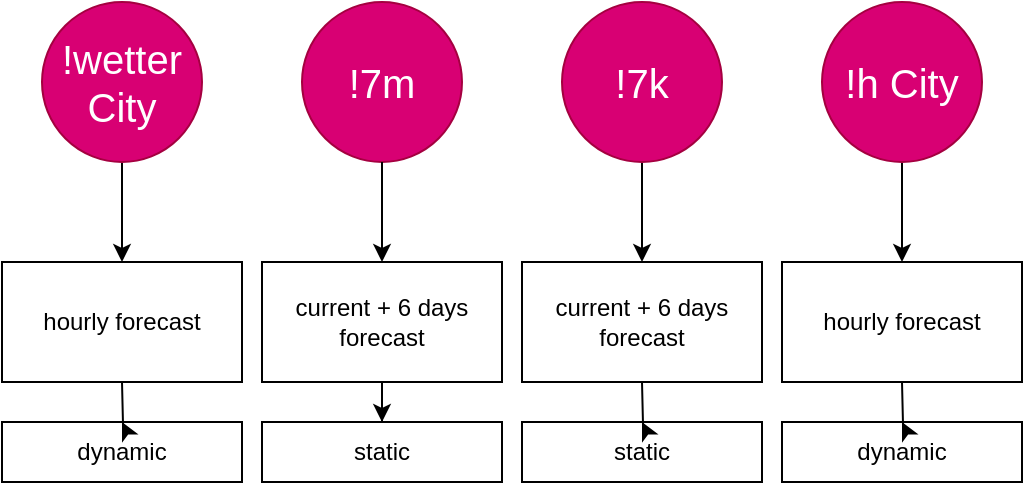
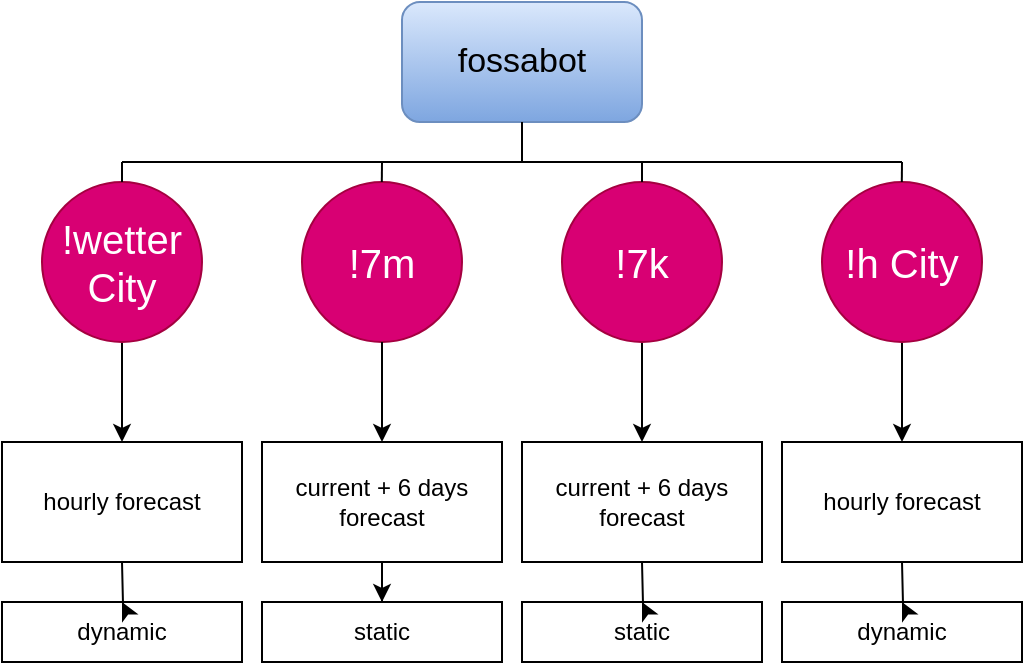
<mxfile host="app.diagrams.net">
  <diagram name="Page-1" id="9VzqXHfPhy3sf3baI-xB">
-     <mxGraphModel dx="692" dy="637" grid="1" gridSize="10" guides="1" tooltips="1" connect="1" arrows="1" fold="1" page="1" pageScale="1" pageWidth="850" pageHeight="1100" math="0" shadow="0">
+     <mxGraphModel dx="667" dy="614" grid="1" gridSize="10" guides="1" tooltips="1" connect="1" arrows="1" fold="1" page="1" pageScale="1" pageWidth="850" pageHeight="1100" math="0" shadow="0">
      <root>
        <mxCell id="0" />
        <mxCell id="1" parent="0" />
        <mxCell id="s_UMoqTU6THQ3Am6J6Qj-11" connectable="0" parent="1" style="group" value="" vertex="1">
          <mxGeometry height="190" width="120" x="540" y="350" as="geometry" />
        </mxCell>
        <mxCell id="s_UMoqTU6THQ3Am6J6Qj-9" edge="1" parent="s_UMoqTU6THQ3Am6J6Qj-11" source="s_UMoqTU6THQ3Am6J6Qj-7" style="edgeStyle=orthogonalEdgeStyle;rounded=0;orthogonalLoop=1;jettySize=auto;html=1;" value="">
          <mxGeometry relative="1" as="geometry">
            <mxPoint x="60" y="130" as="targetPoint" />
          </mxGeometry>
        </mxCell>
        <mxCell id="s_UMoqTU6THQ3Am6J6Qj-7" parent="s_UMoqTU6THQ3Am6J6Qj-11" style="ellipse;whiteSpace=wrap;html=1;aspect=fixed;fillColor=#d80073;fontColor=#ffffff;strokeColor=#A50040;" value="&lt;font style=&quot;font-size: 20px;&quot;&gt;!7k&lt;/font&gt;" vertex="1">
          <mxGeometry height="80" width="80" x="20" as="geometry" />
        </mxCell>
        <mxCell id="s_UMoqTU6THQ3Am6J6Qj-10" parent="s_UMoqTU6THQ3Am6J6Qj-11" style="rounded=0;whiteSpace=wrap;html=1;" value="current + 6 days forecast" vertex="1">
          <mxGeometry height="60" width="120" y="130" as="geometry" />
        </mxCell>
        <mxCell id="s_UMoqTU6THQ3Am6J6Qj-13" connectable="0" parent="1" style="group" value="" vertex="1">
          <mxGeometry height="190" width="120" x="410" y="350" as="geometry" />
        </mxCell>
        <mxCell id="s_UMoqTU6THQ3Am6J6Qj-2" parent="s_UMoqTU6THQ3Am6J6Qj-13" style="rounded=0;whiteSpace=wrap;html=1;" value="current + 6 days forecast" vertex="1">
          <mxGeometry height="60" width="120" y="130" as="geometry" />
        </mxCell>
        <mxCell id="s_UMoqTU6THQ3Am6J6Qj-12" connectable="0" parent="s_UMoqTU6THQ3Am6J6Qj-13" style="group" value="" vertex="1">
          <mxGeometry height="80" width="80" x="20" as="geometry" />
        </mxCell>
        <mxCell id="s_UMoqTU6THQ3Am6J6Qj-1" parent="s_UMoqTU6THQ3Am6J6Qj-12" style="ellipse;whiteSpace=wrap;html=1;aspect=fixed;fillColor=#d80073;fontColor=#ffffff;strokeColor=#A50040;" value="&lt;font style=&quot;font-size: 20px;&quot;&gt;!7m&lt;/font&gt;" vertex="1">
          <mxGeometry height="80" width="80" as="geometry" />
        </mxCell>
        <mxCell id="s_UMoqTU6THQ3Am6J6Qj-6" edge="1" parent="s_UMoqTU6THQ3Am6J6Qj-13" source="s_UMoqTU6THQ3Am6J6Qj-1" style="edgeStyle=orthogonalEdgeStyle;rounded=0;orthogonalLoop=1;jettySize=auto;html=1;" target="s_UMoqTU6THQ3Am6J6Qj-2" value="">
          <mxGeometry relative="1" as="geometry" />
        </mxCell>
        <mxCell id="s_UMoqTU6THQ3Am6J6Qj-14" connectable="0" parent="1" style="group" value="" vertex="1">
          <mxGeometry height="190" width="120" x="670" y="350" as="geometry" />
        </mxCell>
        <mxCell id="s_UMoqTU6THQ3Am6J6Qj-15" edge="1" parent="s_UMoqTU6THQ3Am6J6Qj-14" source="s_UMoqTU6THQ3Am6J6Qj-16" style="edgeStyle=orthogonalEdgeStyle;rounded=0;orthogonalLoop=1;jettySize=auto;html=1;" value="">
          <mxGeometry relative="1" as="geometry">
            <mxPoint x="60" y="130" as="targetPoint" />
          </mxGeometry>
        </mxCell>
        <mxCell id="s_UMoqTU6THQ3Am6J6Qj-16" parent="s_UMoqTU6THQ3Am6J6Qj-14" style="ellipse;whiteSpace=wrap;html=1;aspect=fixed;fillColor=#d80073;fontColor=#ffffff;strokeColor=#A50040;" value="&lt;font style=&quot;font-size: 20px;&quot;&gt;!h City&lt;/font&gt;" vertex="1">
          <mxGeometry height="80" width="80" x="20" as="geometry" />
        </mxCell>
        <mxCell id="s_UMoqTU6THQ3Am6J6Qj-17" parent="s_UMoqTU6THQ3Am6J6Qj-14" style="rounded=0;whiteSpace=wrap;html=1;" value="hourly forecast" vertex="1">
          <mxGeometry height="60" width="120" y="130" as="geometry" />
        </mxCell>
        <mxCell id="s_UMoqTU6THQ3Am6J6Qj-18" connectable="0" parent="1" style="group" value="" vertex="1">
          <mxGeometry height="190" width="120" x="280" y="350" as="geometry" />
        </mxCell>
        <mxCell id="s_UMoqTU6THQ3Am6J6Qj-19" edge="1" parent="s_UMoqTU6THQ3Am6J6Qj-18" source="s_UMoqTU6THQ3Am6J6Qj-20" style="edgeStyle=orthogonalEdgeStyle;rounded=0;orthogonalLoop=1;jettySize=auto;html=1;" value="">
          <mxGeometry relative="1" as="geometry">
            <mxPoint x="60" y="130" as="targetPoint" />
          </mxGeometry>
        </mxCell>
        <mxCell id="s_UMoqTU6THQ3Am6J6Qj-20" parent="s_UMoqTU6THQ3Am6J6Qj-18" style="ellipse;whiteSpace=wrap;html=1;aspect=fixed;fillColor=#d80073;fontColor=#ffffff;strokeColor=#A50040;" value="&lt;font style=&quot;font-size: 20px;&quot;&gt;!wetter City&lt;/font&gt;" vertex="1">
          <mxGeometry height="80" width="80" x="20" as="geometry" />
        </mxCell>
        <mxCell id="s_UMoqTU6THQ3Am6J6Qj-21" parent="s_UMoqTU6THQ3Am6J6Qj-18" style="rounded=0;whiteSpace=wrap;html=1;" value="hourly forecast" vertex="1">
          <mxGeometry height="60" width="120" y="130" as="geometry" />
        </mxCell>
        <mxCell id="s_UMoqTU6THQ3Am6J6Qj-24" parent="1" style="rounded=0;whiteSpace=wrap;html=1;" value="static" vertex="1">
          <mxGeometry height="30" width="120" x="410" y="560" as="geometry" />
        </mxCell>
        <mxCell id="s_UMoqTU6THQ3Am6J6Qj-25" edge="1" parent="1" source="s_UMoqTU6THQ3Am6J6Qj-2" style="edgeStyle=orthogonalEdgeStyle;rounded=0;orthogonalLoop=1;jettySize=auto;html=1;" target="s_UMoqTU6THQ3Am6J6Qj-24" value="">
          <mxGeometry relative="1" as="geometry" />
        </mxCell>
        <mxCell id="s_UMoqTU6THQ3Am6J6Qj-26" parent="1" style="rounded=0;whiteSpace=wrap;html=1;" value="dynamic" vertex="1">
          <mxGeometry height="30" width="120" x="280" y="560" as="geometry" />
        </mxCell>
        <mxCell id="s_UMoqTU6THQ3Am6J6Qj-27" edge="1" parent="1" style="edgeStyle=orthogonalEdgeStyle;rounded=0;orthogonalLoop=1;jettySize=auto;html=1;" target="s_UMoqTU6THQ3Am6J6Qj-26" value="">
          <mxGeometry relative="1" as="geometry">
            <mxPoint x="340" y="540" as="sourcePoint" />
          </mxGeometry>
        </mxCell>
        <mxCell id="s_UMoqTU6THQ3Am6J6Qj-28" parent="1" style="rounded=0;whiteSpace=wrap;html=1;" value="static" vertex="1">
          <mxGeometry height="30" width="120" x="540" y="560" as="geometry" />
        </mxCell>
        <mxCell id="s_UMoqTU6THQ3Am6J6Qj-29" edge="1" parent="1" style="edgeStyle=orthogonalEdgeStyle;rounded=0;orthogonalLoop=1;jettySize=auto;html=1;" target="s_UMoqTU6THQ3Am6J6Qj-28" value="">
          <mxGeometry relative="1" as="geometry">
            <mxPoint x="600" y="540" as="sourcePoint" />
          </mxGeometry>
        </mxCell>
        <mxCell id="s_UMoqTU6THQ3Am6J6Qj-30" parent="1" style="rounded=0;whiteSpace=wrap;html=1;" value="dynamic" vertex="1">
          <mxGeometry height="30" width="120" x="670" y="560" as="geometry" />
        </mxCell>
        <mxCell id="s_UMoqTU6THQ3Am6J6Qj-31" edge="1" parent="1" style="edgeStyle=orthogonalEdgeStyle;rounded=0;orthogonalLoop=1;jettySize=auto;html=1;" target="s_UMoqTU6THQ3Am6J6Qj-30" value="">
          <mxGeometry relative="1" as="geometry">
            <mxPoint x="730" y="540" as="sourcePoint" />
          </mxGeometry>
        </mxCell>
+         <mxCell id="wv6-X-4x8dGTElKProTv-1" parent="1" style="rounded=1;whiteSpace=wrap;html=1;fillColor=#dae8fc;strokeColor=#6c8ebf;gradientColor=#7ea6e0;fontColor=light-dark(#000000,#CCFF99);fontSize=17;" value="fossabot" vertex="1">
+           <mxGeometry height="60" width="120" x="480" y="260" as="geometry" />
+         </mxCell>
+         <mxCell id="wv6-X-4x8dGTElKProTv-15" edge="1" parent="1" style="endArrow=none;html=1;rounded=0;" value="">
+           <mxGeometry height="50" relative="1" width="50" as="geometry">
+             <mxPoint x="340" y="340" as="sourcePoint" />
+             <mxPoint x="730" y="340" as="targetPoint" />
+           </mxGeometry>
+         </mxCell>
+         <mxCell id="wv6-X-4x8dGTElKProTv-18" edge="1" parent="1" source="s_UMoqTU6THQ3Am6J6Qj-20" style="endArrow=none;html=1;rounded=0;exitX=0.5;exitY=0;exitDx=0;exitDy=0;" value="">
+           <mxGeometry height="50" relative="1" width="50" as="geometry">
+             <mxPoint x="530" y="360" as="sourcePoint" />
+             <mxPoint x="340" y="340" as="targetPoint" />
+           </mxGeometry>
+         </mxCell>
+         <mxCell id="wv6-X-4x8dGTElKProTv-19" edge="1" parent="1" style="endArrow=none;html=1;rounded=0;exitX=0.5;exitY=0;exitDx=0;exitDy=0;" value="">
+           <mxGeometry height="50" relative="1" width="50" as="geometry">
+             <mxPoint x="469.9" y="350" as="sourcePoint" />
+             <mxPoint x="470" y="340" as="targetPoint" />
+           </mxGeometry>
+         </mxCell>
+         <mxCell id="wv6-X-4x8dGTElKProTv-20" edge="1" parent="1" style="endArrow=none;html=1;rounded=0;exitX=0.5;exitY=0;exitDx=0;exitDy=0;" value="">
+           <mxGeometry height="50" relative="1" width="50" as="geometry">
+             <mxPoint x="600" y="350" as="sourcePoint" />
+             <mxPoint x="600" y="340" as="targetPoint" />
+           </mxGeometry>
+         </mxCell>
+         <mxCell id="wv6-X-4x8dGTElKProTv-21" edge="1" parent="1" style="endArrow=none;html=1;rounded=0;exitX=0.5;exitY=0;exitDx=0;exitDy=0;" value="">
+           <mxGeometry height="50" relative="1" width="50" as="geometry">
+             <mxPoint x="729.9" y="350" as="sourcePoint" />
+             <mxPoint x="730" y="340" as="targetPoint" />
+           </mxGeometry>
+         </mxCell>
+         <mxCell id="wv6-X-4x8dGTElKProTv-22" edge="1" parent="1" style="endArrow=none;html=1;rounded=0;" value="">
+           <mxGeometry height="50" relative="1" width="50" as="geometry">
+             <mxPoint x="540" y="340" as="sourcePoint" />
+             <mxPoint x="540" y="320" as="targetPoint" />
+           </mxGeometry>
+         </mxCell>
      </root>
    </mxGraphModel>
  </diagram>
</mxfile>
